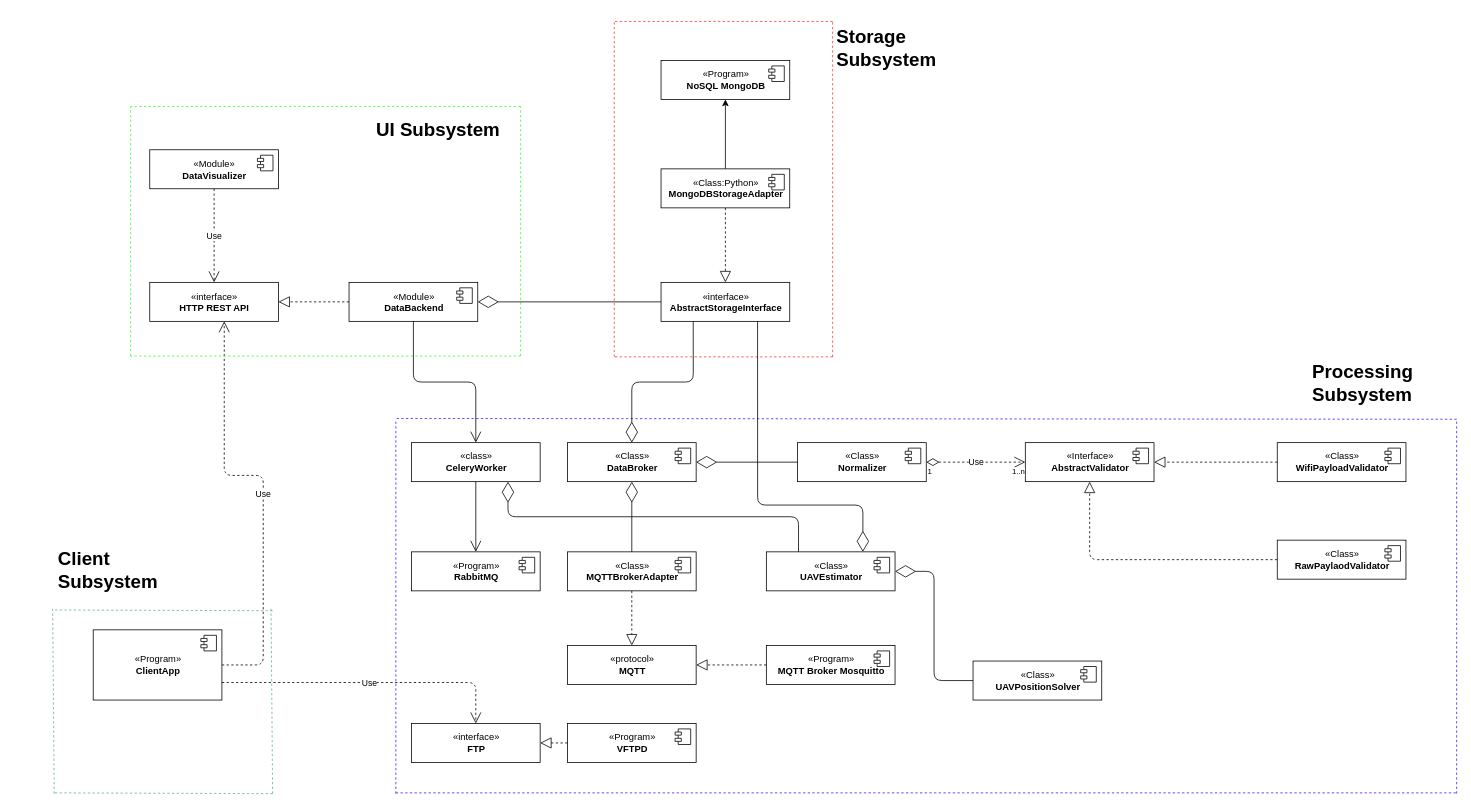
The draw.io diagram page "overview" (1 of 5) of docs/schemes/classes/ClassDiagram.drawio in Kirkirillka/GPS_Tracker, before the edit. Source tidied: cells renumbered, new cells numbered last; positions are measured from the earlier drawing's top-left corner, leaving out a move shared by most shapes. Both pictures are drawn from the tidied source at 78%, with x=0, y=0 at pixel (52, 21).
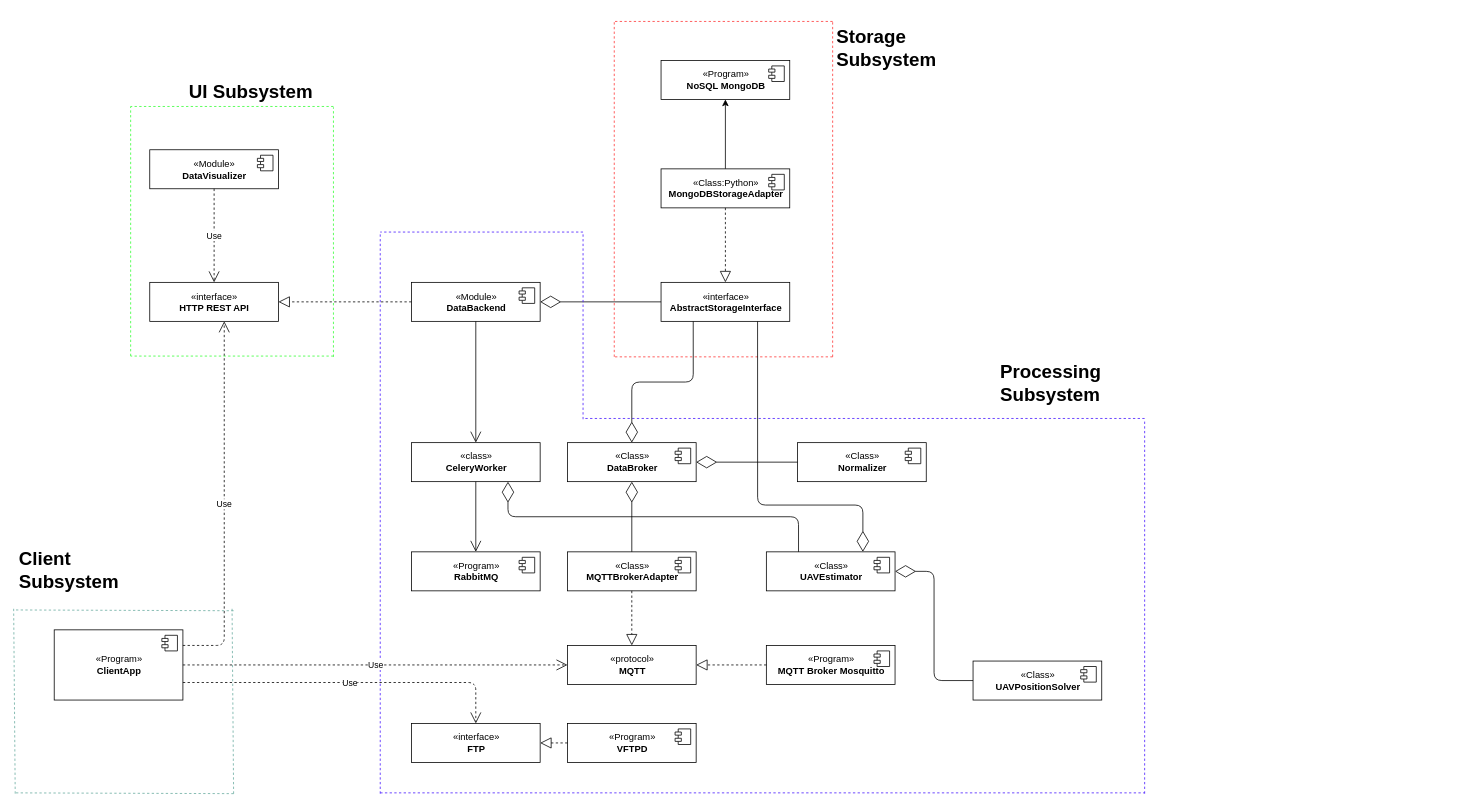
After the change.

Unchanged cells that the change refers to:
```xml
<mxCell id="7" value="«protocol»&lt;br&gt;&lt;b&gt;MQTT&lt;/b&gt;" style="html=1;" parent="1" vertex="1">
  <mxGeometry x="660" y="800" width="165" height="50" as="geometry" />
</mxCell>
<mxCell id="20" value="«interface»&lt;br&gt;&lt;b&gt;HTTP REST API&lt;/b&gt;" style="html=1;" parent="1" vertex="1">
  <mxGeometry x="124.5" y="334.5" width="165" height="50" as="geometry" />
</mxCell>
<mxCell id="23" value="«Class»&lt;br&gt;&lt;b&gt;Normalizer&lt;/b&gt;" style="html=1;" parent="1" vertex="1">
  <mxGeometry x="955" y="540" width="165" height="50" as="geometry" />
</mxCell>
```

Diff of the diagram source:
```diff
@@
     <mxCell id="5" value="«Module»&lt;br&gt;&lt;b&gt;DataBackend&lt;/b&gt;" style="html=1;" parent="1" vertex="1">
-      <mxGeometry x="380" y="334.5" width="165" height="50" as="geometry" />
+      <mxGeometry x="460" y="334.5" width="165" height="50" as="geometry" />
     </mxCell>
@@
     <mxCell id="15" value="«Program»&lt;br&gt;&lt;b&gt;ClientApp&lt;/b&gt;" style="html=1;" parent="1" vertex="1">
-      <mxGeometry x="52" y="780" width="165" height="90" as="geometry" />
+      <mxGeometry x="2" y="780" width="165" height="90" as="geometry" />
     </mxCell>
@@
     <mxCell id="17" value="Use" style="endArrow=open;endSize=12;dashed=1;html=1;edgeStyle=orthogonalEdgeStyle;" parent="1" edge="1" source="15" target="20">
       <mxGeometry relative="1" as="geometry">
         <Array as="points">
-          <mxPoint x="270" y="825" />
-          <mxPoint x="270" y="582" />
-          <mxPoint x="220" y="582" />
+          <mxPoint x="220" y="800" />
         </Array>
       </mxGeometry>
     </mxCell>
@@
-    <mxCell id="25" value="«Interface»&lt;br&gt;&lt;b&gt;AbstractValidator&lt;/b&gt;&lt;br&gt;" style="html=1;" parent="1" vertex="1">
-      <mxGeometry x="1247" y="540" width="165" height="50" as="geometry" />
-    </mxCell>
-    <mxCell id="26" style="shape=component;jettyWidth=8;jettyHeight=4;" parent="25" vertex="1">
-      <mxGeometry x="1" width="20" height="20" relative="1" as="geometry">
-        <mxPoint x="-27" y="7" as="offset" />
-      </mxGeometry>
-    </mxCell>
-    <mxCell id="27" value="«Class»&lt;br&gt;&lt;b&gt;RawPaylaodValidator&lt;/b&gt;" style="html=1;" parent="1" vertex="1">
-      <mxGeometry x="1570" y="665" width="165" height="50" as="geometry" />
-    </mxCell>
-    <mxCell id="28" style="shape=component;jettyWidth=8;jettyHeight=4;" parent="27" vertex="1">
-      <mxGeometry x="1" width="20" height="20" relative="1" as="geometry">
-        <mxPoint x="-27" y="7" as="offset" />
-      </mxGeometry>
-    </mxCell>
-    <mxCell id="29" value="«Class»&lt;br&gt;&lt;b&gt;WifiPayloadValidator&lt;/b&gt;" style="html=1;" parent="1" vertex="1">
-      <mxGeometry x="1570" y="540" width="165" height="50" as="geometry" />
-    </mxCell>
-    <mxCell id="30" style="shape=component;jettyWidth=8;jettyHeight=4;" parent="29" vertex="1">
-      <mxGeometry x="1" width="20" height="20" relative="1" as="geometry">
-        <mxPoint x="-27" y="7" as="offset" />
-      </mxGeometry>
-    </mxCell>
-    <mxCell id="31" style="endArrow=block;dashed=1;endFill=0;endSize=12;html=1;edgeStyle=orthogonalEdgeStyle;" parent="1" edge="1" source="27" target="25">
-      <mxGeometry relative="1" as="geometry" />
-    </mxCell>
-    <mxCell id="32" style="endArrow=block;dashed=1;endFill=0;endSize=12;html=1;edgeStyle=orthogonalEdgeStyle;" parent="1" edge="1" source="29" target="25">
-      <mxGeometry relative="1" as="geometry" />
-    </mxCell>
-    <mxCell id="33" value="Use" style="endArrow=open;html=1;endSize=12;startArrow=diamondThin;startSize=14;startFill=0;edgeStyle=orthogonalEdgeStyle;dashed=1;" parent="1" edge="1" source="23" target="25">
-      <mxGeometry relative="1" as="geometry" />
-    </mxCell>
-    <mxCell id="34" value="1" style="html=1;align=left;verticalAlign=top;labelBackgroundColor=#ffffff;fontSize=10;" parent="33" vertex="1">
-      <mxGeometry x="-1" relative="1" as="geometry" />
-    </mxCell>
-    <mxCell id="35" value="1..n" style="html=1;align=right;verticalAlign=top;labelBackgroundColor=#ffffff;fontSize=10;" parent="33" vertex="1">
-      <mxGeometry x="1" relative="1" as="geometry" />
-    </mxCell>
     <mxCell id="36" style="endArrow=none;dashed=1;html=1;strokeColor=#4517FF;" parent="1" edge="1">
       <mxGeometry relative="1" as="geometry">
-        <mxPoint x="440" y="989" as="sourcePoint" />
-        <mxPoint x="1800" y="989" as="targetPoint" />
+        <mxPoint x="420" y="989" as="sourcePoint" />
+        <mxPoint x="1400" y="989" as="targetPoint" />
       </mxGeometry>
     </mxCell>
     <mxCell id="37" style="endArrow=none;dashed=1;html=1;strokeColor=#4517FF;" parent="1" edge="1">
       <mxGeometry relative="1" as="geometry">
-        <mxPoint x="440" y="990" as="sourcePoint" />
-        <mxPoint x="440" y="510" as="targetPoint" />
+        <mxPoint x="420" y="990" as="sourcePoint" />
+        <mxPoint x="420" y="270" as="targetPoint" />
       </mxGeometry>
     </mxCell>
-    <mxCell id="38" style="endArrow=none;dashed=1;html=1;strokeColor=#4517FF;exitX=1;exitY=1;exitDx=0;exitDy=0;" parent="1" edge="1" source="50">
+    <mxCell id="38" style="endArrow=none;dashed=1;html=1;strokeColor=#4517FF;" parent="1" edge="1">
       <mxGeometry relative="1" as="geometry">
-        <mxPoint x="440" y="509" as="targetPoint" />
+        <mxPoint x="1400" y="509" as="sourcePoint" />
+        <mxPoint x="680" y="509" as="targetPoint" />
       </mxGeometry>
     </mxCell>
     <mxCell id="39" style="endArrow=none;dashed=1;html=1;strokeColor=#4517FF;" parent="1" edge="1">
       <mxGeometry relative="1" as="geometry">
-        <mxPoint x="1800" y="990" as="sourcePoint" />
-        <mxPoint x="1800" y="510" as="targetPoint" />
+        <mxPoint x="1400" y="990" as="sourcePoint" />
+        <mxPoint x="1400" y="510" as="targetPoint" />
       </mxGeometry>
     </mxCell>
@@
     <mxCell id="44" style="endArrow=none;dashed=1;html=1;strokeColor=#33FF33;" parent="1" edge="1">
       <mxGeometry relative="1" as="geometry">
-        <mxPoint x="600" y="429" as="sourcePoint" />
-        <mxPoint x="600" y="109" as="targetPoint" />
+        <mxPoint x="360" y="430" as="sourcePoint" />
+        <mxPoint x="360" y="110" as="targetPoint" />
       </mxGeometry>
     </mxCell>
@@
     <mxCell id="46" style="endArrow=none;dashed=1;html=1;strokeColor=#33FF33;" parent="1" edge="1">
       <mxGeometry relative="1" as="geometry">
-        <mxPoint x="600" y="429" as="sourcePoint" />
+        <mxPoint x="360" y="429" as="sourcePoint" />
         <mxPoint x="100" y="429" as="targetPoint" />
       </mxGeometry>
     </mxCell>
     <mxCell id="47" style="endArrow=none;dashed=1;html=1;strokeColor=#33FF33;" parent="1" edge="1">
       <mxGeometry relative="1" as="geometry">
-        <mxPoint x="600" y="109" as="sourcePoint" />
+        <mxPoint x="360" y="109" as="sourcePoint" />
         <mxPoint x="100" y="109" as="targetPoint" />
       </mxGeometry>
     </mxCell>
@@
     <mxCell id="49" value="&lt;h1&gt;UI Subsystem&lt;/h1&gt;" style="text;html=1;strokeColor=none;fillColor=none;spacing=5;spacingTop=-20;whiteSpace=wrap;overflow=hidden;rounded=0;" parent="1" vertex="1">
-      <mxGeometry x="410" y="119" width="190" height="120" as="geometry" />
+      <mxGeometry x="170" y="70" width="190" height="40" as="geometry" />
     </mxCell>
     <mxCell id="50" value="&lt;h1&gt;Processing Subsystem&lt;/h1&gt;" style="text;html=1;strokeColor=none;fillColor=none;spacing=5;spacingTop=-20;whiteSpace=wrap;overflow=hidden;rounded=0;" parent="1" vertex="1">
-      <mxGeometry x="1610" y="430" width="190" height="80" as="geometry" />
+      <mxGeometry x="1210" y="430" width="190" height="80" as="geometry" />
     </mxCell>
     <mxCell id="51" style="endArrow=none;dashed=1;html=1;strokeColor=#67AB9F;" parent="1" edge="1">
       <mxGeometry relative="1" as="geometry">
-        <mxPoint x="282" y="990" as="sourcePoint" />
-        <mxPoint x="2" y="989" as="targetPoint" />
+        <mxPoint x="232" y="990" as="sourcePoint" />
+        <mxPoint x="-48" y="989" as="targetPoint" />
       </mxGeometry>
     </mxCell>
     <mxCell id="52" style="endArrow=none;dashed=1;html=1;strokeColor=#67AB9F;" parent="1" edge="1">
       <mxGeometry relative="1" as="geometry">
-        <mxPoint x="282" y="990" as="sourcePoint" />
-        <mxPoint x="280" y="750" as="targetPoint" />
+        <mxPoint x="232" y="990" as="sourcePoint" />
+        <mxPoint x="230" y="750" as="targetPoint" />
       </mxGeometry>
     </mxCell>
     <mxCell id="53" style="endArrow=none;dashed=1;html=1;strokeColor=#67AB9F;" parent="1" edge="1">
       <mxGeometry relative="1" as="geometry">
-        <mxPoint x="2" y="990" as="sourcePoint" />
-        <mxPoint y="750" as="targetPoint" />
+        <mxPoint x="-48" y="990" as="sourcePoint" />
+        <mxPoint x="-50" y="750" as="targetPoint" />
       </mxGeometry>
     </mxCell>
     <mxCell id="54" style="endArrow=none;dashed=1;html=1;strokeColor=#67AB9F;" parent="1" edge="1">
       <mxGeometry relative="1" as="geometry">
-        <mxPoint x="282" y="755.5" as="sourcePoint" />
-        <mxPoint x="2" y="754.5" as="targetPoint" />
+        <mxPoint x="232" y="755.5" as="sourcePoint" />
+        <mxPoint x="-48" y="754.5" as="targetPoint" />
       </mxGeometry>
     </mxCell>
     <mxCell id="55" value="&lt;h1&gt;Client Subsystem&lt;/h1&gt;" style="text;html=1;strokeColor=none;fillColor=none;spacing=5;spacingTop=-20;whiteSpace=wrap;overflow=hidden;rounded=0;" parent="1" vertex="1">
-      <mxGeometry x="2" y="670" width="190" height="85" as="geometry" />
+      <mxGeometry x="-48" y="670" width="190" height="85" as="geometry" />
     </mxCell>
@@
+    <mxCell id="82" style="endArrow=none;dashed=1;html=1;strokeColor=#4517FF;" parent="1" edge="1">
+      <mxGeometry relative="1" as="geometry">
+        <mxPoint x="680" y="510" as="sourcePoint" />
+        <mxPoint x="680" y="270" as="targetPoint" />
+      </mxGeometry>
+    </mxCell>
+    <mxCell id="83" style="endArrow=none;dashed=1;html=1;strokeColor=#4517FF;" parent="1" edge="1">
+      <mxGeometry relative="1" as="geometry">
+        <mxPoint x="680" y="270" as="sourcePoint" />
+        <mxPoint x="420" y="270" as="targetPoint" />
+      </mxGeometry>
+    </mxCell>
+    <mxCell id="33" value="Use" style="endArrow=open;endSize=12;dashed=1;html=1;edgeStyle=orthogonalEdgeStyle;exitX=1;exitY=0.5;exitDx=0;exitDy=0;" parent="1" edge="1" source="15" target="7">
+      <mxGeometry relative="1" as="geometry" />
+    </mxCell>
```
